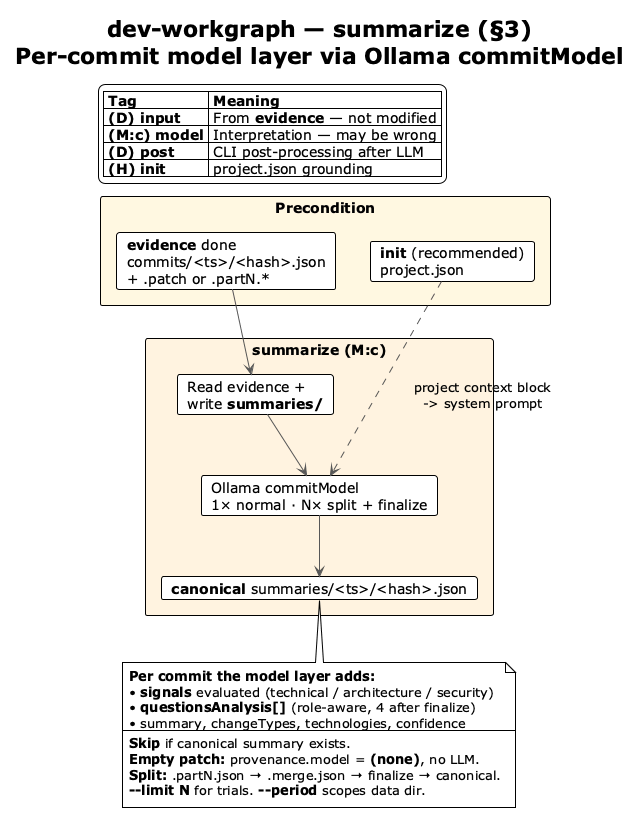
Above: img/summarize-overview.png in vzakharchenko/dev-workgraph (PlantUML), before the change.
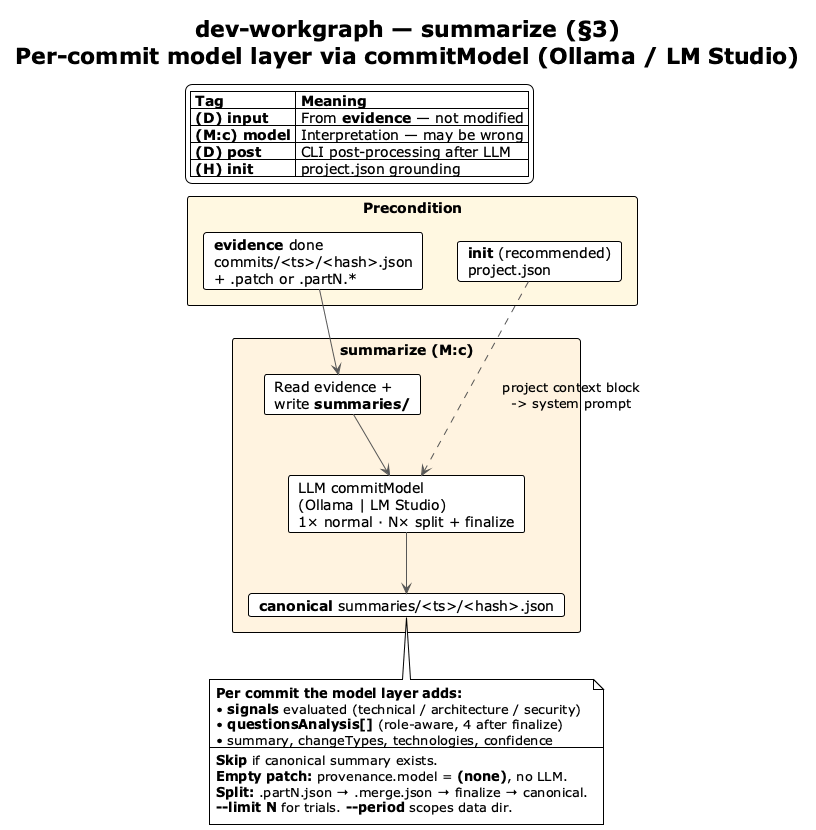
Above is the later version.

Diff of the diagram source:
```diff
@@ -3,7 +3,7 @@
 skinparam shadowing false
 skinparam ArrowColor #555555
 
-title dev-workgraph — **summarize** (§3)\nPer-commit **model layer** via Ollama **commitModel**
+title dev-workgraph — **summarize** (§3)\nPer-commit **model layer** via **commitModel** (Ollama / LM Studio)
 
 legend top left
   |= Tag |= Meaning |
@@ -20,7 +20,7 @@
 
 rectangle "**summarize (M:c)**" #FFF3E0 {
   card "Read evidence +\nwrite **summaries/**" as IN
-  card "Ollama commitModel\n1× normal · N× split + finalize" as LLM
+  card "LLM commitModel\n(Ollama | LM Studio)\n1× normal · N× split + finalize" as LLM
   card "**canonical** summaries/<ts>/<hash>.json" as OUT
 }
 
```
